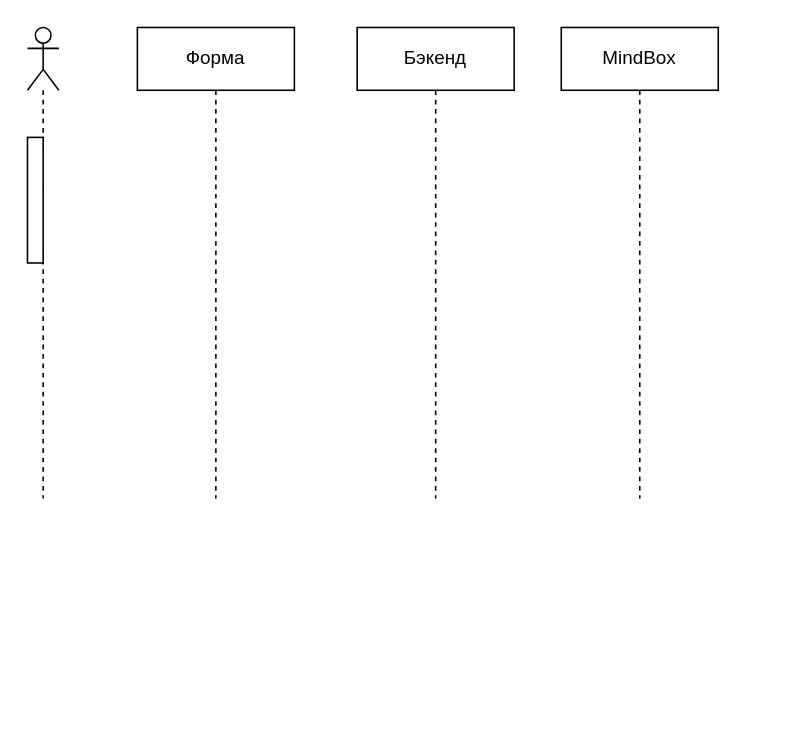
kirill-misiuk/training_holded_integration keeps this draw.io diagram as sms_warranties_auth.drawio. Above is the earlier version. Source tidied: cells renumbered, new cells numbered last; positions are measured from the earlier drawing's top-left corner, leaving out a move shared by most shapes. Both pictures are drawn from the tidied source at 157%, with x=0, y=0 at pixel (27, 27).
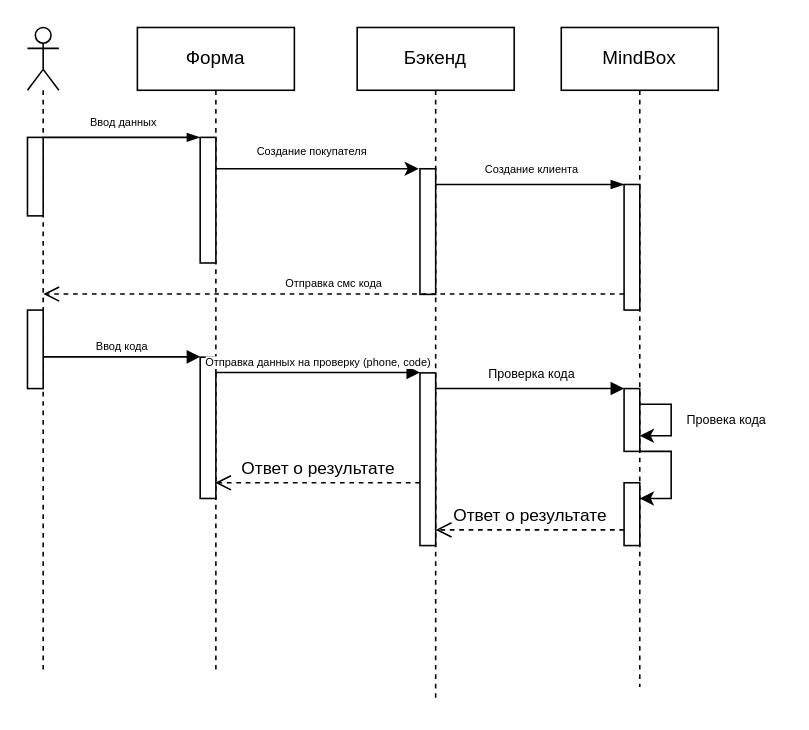
The same diagram, later.

Change to the diagram source:
```diff
@@
     <mxCell id="2" style="shape=umlLifeline;perimeter=lifelinePerimeter;whiteSpace=wrap;html=1;newEdgeStyle={&quot;curved&quot;:0,&quot;rounded&quot;:0};participant=umlActor;" parent="1" vertex="1">
-      <mxGeometry width="20" height="300" as="geometry" />
+      <mxGeometry width="20" height="410" as="geometry" />
     </mxCell>
+    <mxCell id="7" style="html=1;perimeter=orthogonalPerimeter;targetShapes=umlLifeline;newEdgeStyle={&quot;curved&quot;:0,&quot;rounded&quot;:0};" parent="2" vertex="1">
+      <mxGeometry y="180" width="10" height="50" as="geometry" />
+    </mxCell>
     <mxCell id="3" value="Бэкенд" style="shape=umlLifeline;perimeter=lifelinePerimeter;whiteSpace=wrap;html=1;newEdgeStyle={&quot;curved&quot;:0,&quot;rounded&quot;:0};" parent="1" vertex="1">
-      <mxGeometry x="210" width="100" height="300" as="geometry" />
+      <mxGeometry x="210" width="100" height="430" as="geometry" />
     </mxCell>
+    <mxCell id="8" style="html=1;perimeter=orthogonalPerimeter;targetShapes=umlLifeline;newEdgeStyle={&quot;curved&quot;:0,&quot;rounded&quot;:0};" parent="3" vertex="1">
+      <mxGeometry x="40" y="90" width="10" height="80" as="geometry" />
+    </mxCell>
+    <mxCell id="9" style="html=1;points=[[0,0,0,0,5],[0,1,0,0,-5],[1,0,0,0,5],[1,1,0,0,-5]];perimeter=orthogonalPerimeter;outlineConnect=0;targetShapes=umlLifeline;portConstraint=eastwest;newEdgeStyle={&quot;curved&quot;:0,&quot;rounded&quot;:0};" parent="3" vertex="1">
+      <mxGeometry x="40" y="220" width="10" height="110" as="geometry" />
+    </mxCell>
     <mxCell id="4" value="Форма" style="shape=umlLifeline;perimeter=lifelinePerimeter;whiteSpace=wrap;html=1;outlineConnect=0;portConstraint=eastwest;newEdgeStyle={&quot;curved&quot;:0,&quot;rounded&quot;:0};" parent="1" vertex="1">
-      <mxGeometry x="70" width="100" height="300" as="geometry" />
+      <mxGeometry x="70" width="100" height="410" as="geometry" />
     </mxCell>
+    <mxCell id="10" style="html=1;perimeter=orthogonalPerimeter;targetShapes=umlLifeline;newEdgeStyle={&quot;curved&quot;:0,&quot;rounded&quot;:0};" parent="4" vertex="1">
+      <mxGeometry x="40" y="70" width="10" height="80" as="geometry" />
+    </mxCell>
+    <mxCell id="11" style="html=1;perimeter=orthogonalPerimeter;targetShapes=umlLifeline;newEdgeStyle={&quot;curved&quot;:0,&quot;rounded&quot;:0};" parent="4" vertex="1">
+      <mxGeometry x="40" y="210" width="10" height="90" as="geometry" />
+    </mxCell>
     <mxCell id="5" value="MindBox" style="shape=umlLifeline;perimeter=lifelinePerimeter;whiteSpace=wrap;html=1;newEdgeStyle={&quot;curved&quot;:0,&quot;rounded&quot;:0};" parent="1" vertex="1">
-      <mxGeometry x="340" width="100" height="300" as="geometry" />
+      <mxGeometry x="340" width="100" height="420" as="geometry" />
     </mxCell>
+    <mxCell id="12" style="html=1;perimeter=orthogonalPerimeter;targetShapes=umlLifeline;newEdgeStyle={&quot;curved&quot;:0,&quot;rounded&quot;:0};" parent="5" vertex="1">
+      <mxGeometry x="40" y="100" width="10" height="80" as="geometry" />
+    </mxCell>
+    <mxCell id="13" style="html=1;points=[[0,0,0,0,5],[0,1,0,0,-5],[1,0,0,0,5],[1,1,0,0,-5]];perimeter=orthogonalPerimeter;outlineConnect=0;targetShapes=umlLifeline;portConstraint=eastwest;newEdgeStyle={&quot;curved&quot;:0,&quot;rounded&quot;:0};" parent="5" vertex="1">
+      <mxGeometry x="40" y="230" width="10" height="40" as="geometry" />
+    </mxCell>
+    <mxCell id="14" style="edgeStyle=orthogonalEdgeStyle;rounded=0;orthogonalLoop=1;jettySize=auto;html=1;curved=0;" parent="5" edge="1" source="13" target="13">
+      <mxGeometry relative="1" as="geometry" />
+    </mxCell>
+    <mxCell id="15" style="html=1;points=[[0,0,0,0,5],[0,1,0,0,-5],[1,0,0,0,5],[1,1,0,0,-5]];perimeter=orthogonalPerimeter;outlineConnect=0;targetShapes=umlLifeline;portConstraint=eastwest;newEdgeStyle={&quot;curved&quot;:0,&quot;rounded&quot;:0};" parent="5" vertex="1">
+      <mxGeometry x="40" y="290" width="10" height="40" as="geometry" />
+    </mxCell>
+    <mxCell id="16" style="edgeStyle=orthogonalEdgeStyle;rounded=0;jettySize=auto;html=1;curved=0;" parent="5" edge="1" source="13" target="15">
+      <mxGeometry relative="1" as="geometry">
+        <Array as="points">
+          <mxPoint x="70" y="270" />
+          <mxPoint x="70" y="300" />
+        </Array>
+      </mxGeometry>
+    </mxCell>
     <mxCell id="6" style="html=1;perimeter=orthogonalPerimeter;targetShapes=umlLifeline;newEdgeStyle={&quot;curved&quot;:0,&quot;rounded&quot;:0};" parent="1" vertex="1">
-      <mxGeometry y="70" width="10" height="80" as="geometry" />
+      <mxGeometry y="70" width="10" height="50" as="geometry" />
     </mxCell>
+    <mxCell id="17" style="edgeStyle=elbowEdgeStyle;fontSize=12;html=1;endArrow=blockThin;endFill=1;rounded=0;" parent="1" edge="1">
+      <mxGeometry relative="1" as="geometry">
+        <mxPoint x="10" y="70" as="sourcePoint" />
+        <mxPoint x="110" y="70" as="targetPoint" />
+      </mxGeometry>
+    </mxCell>
+    <mxCell id="18" value="Ввод данных" style="edgeLabel;html=1;align=center;verticalAlign=middle;fontSize=7;" parent="17" vertex="1">
+      <mxGeometry x="-0.38" relative="1" as="geometry">
+        <mxPoint x="19" y="-10" as="offset" />
+      </mxGeometry>
+    </mxCell>
+    <mxCell id="19" style="endArrow=classic;html=1;rounded=0;" parent="1" edge="1" source="4">
+      <mxGeometry relative="1" as="geometry">
+        <mxPoint x="249.2" y="90" as="targetPoint" />
+      </mxGeometry>
+    </mxCell>
+    <mxCell id="20" value="Создание покупателя" style="edgeLabel;html=1;align=center;verticalAlign=middle;fontSize=7;" parent="19" vertex="1">
+      <mxGeometry x="-0.06" y="1" relative="1" as="geometry">
+        <mxPoint y="-10" as="offset" />
+      </mxGeometry>
+    </mxCell>
+    <mxCell id="21" style="edgeStyle=elbowEdgeStyle;fontSize=12;html=1;endArrow=blockThin;endFill=1;rounded=0;" parent="1" edge="1">
+      <mxGeometry relative="1" as="geometry">
+        <mxPoint x="260" y="100" as="sourcePoint" />
+        <mxPoint x="380" y="100" as="targetPoint" />
+      </mxGeometry>
+    </mxCell>
+    <mxCell id="22" value="Создание клиента" style="edgeLabel;html=1;align=center;verticalAlign=middle;fontSize=7;" parent="21" vertex="1">
+      <mxGeometry x="0.55" relative="1" as="geometry">
+        <mxPoint x="-33" y="-10" as="offset" />
+      </mxGeometry>
+    </mxCell>
+    <mxCell id="23" value="Отправка смс кода" style="html=1;verticalAlign=bottom;endArrow=open;dashed=1;endSize=8;curved=0;rounded=0;fontSize=7;" parent="1" edge="1">
+      <mxGeometry relative="1" as="geometry">
+        <mxPoint x="380" y="169.8" as="sourcePoint" />
+        <mxPoint x="10.1" y="169.8" as="targetPoint" />
+      </mxGeometry>
+    </mxCell>
+    <mxCell id="24" value="Ввод кода" style="html=1;verticalAlign=bottom;endArrow=block;curved=0;rounded=0;fontSize=7;" parent="1" edge="1">
+      <mxGeometry relative="1" as="geometry">
+        <mxPoint x="10" y="209.8" as="sourcePoint" />
+        <mxPoint x="110" y="209.8" as="targetPoint" />
+      </mxGeometry>
+    </mxCell>
+    <mxCell id="25" value="Отправка данных на проверку (phone, code)" style="html=1;verticalAlign=bottom;endArrow=block;curved=0;rounded=0;fontSize=7;" parent="1" edge="1">
+      <mxGeometry relative="1" as="geometry">
+        <mxPoint x="120" y="219.8" as="sourcePoint" />
+        <mxPoint x="250" y="219.8" as="targetPoint" />
+      </mxGeometry>
+    </mxCell>
+    <mxCell id="26" style="html=1;verticalAlign=bottom;endArrow=block;curved=0;rounded=0;" parent="1" edge="1" target="13">
+      <mxGeometry relative="1" as="geometry">
+        <mxPoint x="260" y="230" as="sourcePoint" />
+      </mxGeometry>
+    </mxCell>
+    <mxCell id="27" value="Проверка кода" style="edgeLabel;html=1;align=center;verticalAlign=middle;fontSize=8;" parent="26" vertex="1">
+      <mxGeometry x="-0.27" y="-2" relative="1" as="geometry">
+        <mxPoint x="16" y="-12" as="offset" />
+      </mxGeometry>
+    </mxCell>
+    <mxCell id="28" value="Провека кода" style="text;html=1;align=center;verticalAlign=middle;strokeColor=none;fillColor=none;fontSize=8;" parent="1" vertex="1">
+      <mxGeometry x="410" y="240" width="70" height="20" as="geometry" />
+    </mxCell>
+    <mxCell id="29" value="Ответ о результате" style="html=1;verticalAlign=bottom;endArrow=open;dashed=1;endSize=8;curved=0;rounded=0;" parent="1" edge="1" target="9">
+      <mxGeometry relative="1" as="geometry">
+        <mxPoint x="380" y="320" as="sourcePoint" />
+      </mxGeometry>
+    </mxCell>
+    <mxCell id="30" value="Ответ о результате" style="html=1;verticalAlign=bottom;endArrow=open;dashed=1;endSize=8;curved=0;rounded=0;" parent="1" edge="1" target="4">
+      <mxGeometry relative="1" as="geometry">
+        <mxPoint x="250" y="290" as="sourcePoint" />
+      </mxGeometry>
+    </mxCell>
```
